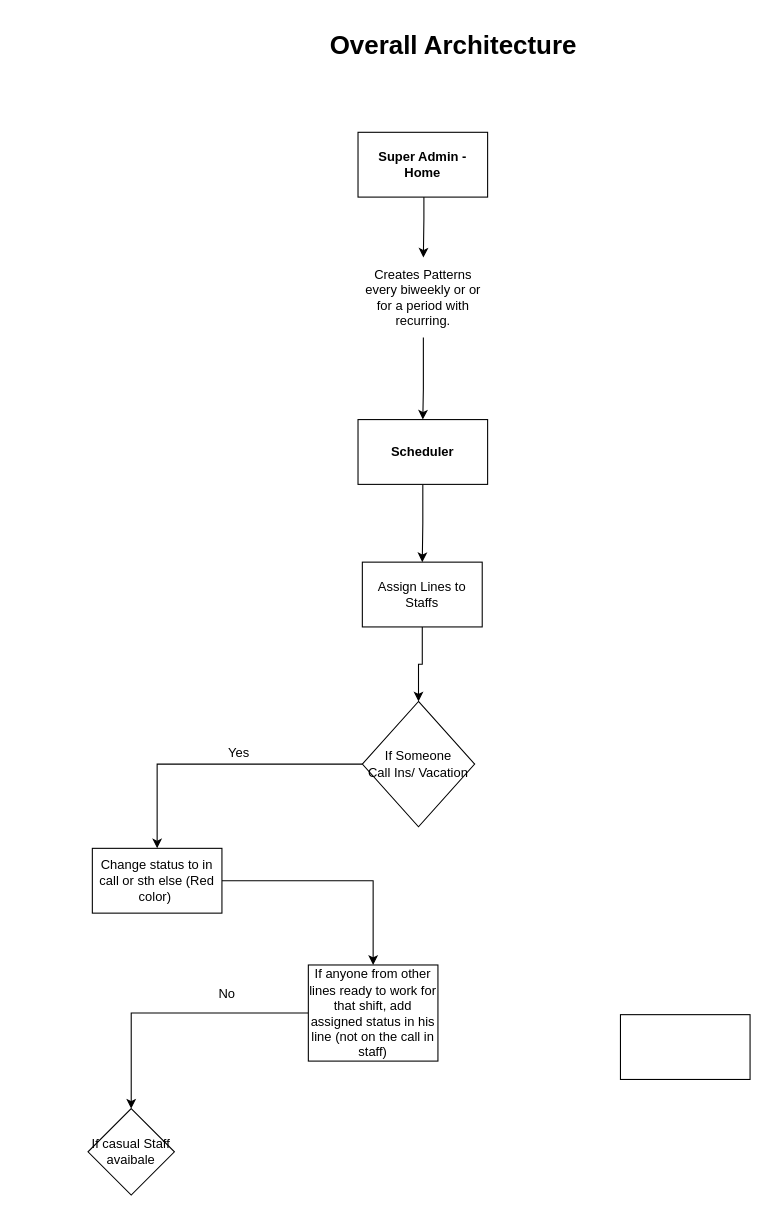
Before: scheduler-traklyn.drawio in sachinjoseph26/diagrams, a draw.io diagram. Source tidied: cells renumbered, new cells numbered last; positions are measured from the earlier drawing's top-left corner, leaving out a move shared by most shapes. Both pictures are drawn from the tidied source at 108%, with x=0, y=0 at pixel (87, 23).
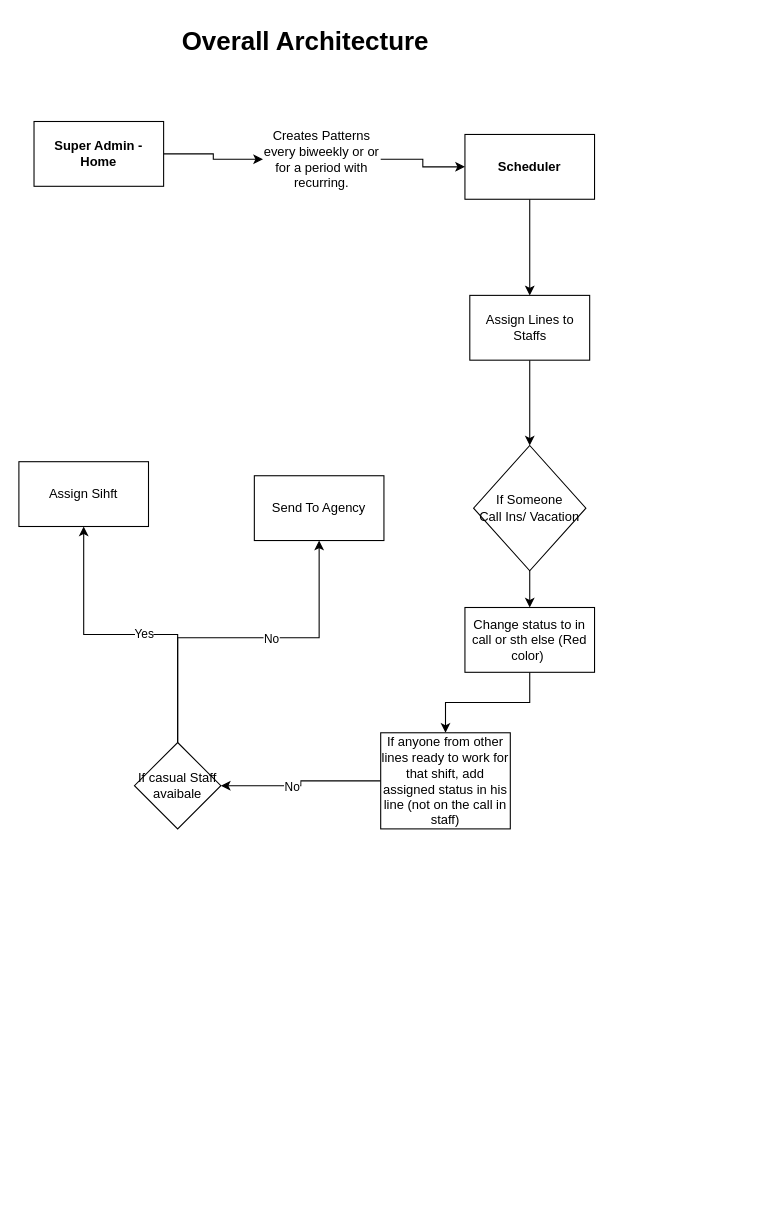
The same page after the edit.

Change to the diagram source:
```diff
@@
-    <mxCell id="2" style="edgeStyle=orthogonalEdgeStyle;rounded=0;jettySize=auto;html=1;entryX=0.5;entryY=0;entryDx=0;entryDy=0;" parent="1" edge="1" source="3" target="8">
-      <mxGeometry relative="1" as="geometry">
-        <Array as="points">
-          <mxPoint x="311" y="181" />
-          <mxPoint x="311" y="181" />
-        </Array>
-      </mxGeometry>
+    <mxCell id="2" style="edgeStyle=orthogonalEdgeStyle;rounded=0;jettySize=auto;html=1;entryX=0;entryY=0.5;entryDx=0;entryDy=0;" parent="1" edge="1" source="3" target="8">
+      <mxGeometry relative="1" as="geometry" />
     </mxCell>
     <mxCell id="3" value="&lt;b&gt;Super Admin - Home&lt;/b&gt;" style="rounded=0;whiteSpace=wrap;html=1;" parent="1" vertex="1">
-      <mxGeometry x="250" y="101" width="120" height="60" as="geometry" />
+      <mxGeometry x="-50" y="91" width="120" height="60" as="geometry" />
     </mxCell>
     <mxCell id="4" value="&lt;h1 style=&quot;margin-top: 0px;&quot;&gt;Overall Architecture&lt;/h1&gt;" style="text;html=1;whiteSpace=wrap;overflow=hidden;rounded=0;align=center;" parent="1" vertex="1">
-      <mxGeometry x="126" width="425" height="120" as="geometry" />
+      <mxGeometry x="-11" y="-4" width="425" height="120" as="geometry" />
     </mxCell>
@@
     <mxCell id="6" value="&lt;b&gt;Scheduler&lt;/b&gt;" style="rounded=0;whiteSpace=wrap;html=1;" parent="1" vertex="1">
-      <mxGeometry x="250" y="367" width="120" height="60" as="geometry" />
+      <mxGeometry x="349" y="103" width="120" height="60" as="geometry" />
     </mxCell>
-    <mxCell id="7" style="edgeStyle=orthogonalEdgeStyle;rounded=0;jettySize=auto;html=1;entryX=0.5;entryY=0;entryDx=0;entryDy=0;" parent="1" edge="1" source="8" target="6">
-      <mxGeometry relative="1" as="geometry">
-        <Array as="points">
-          <mxPoint x="310" y="339" />
-          <mxPoint x="310" y="339" />
-        </Array>
-      </mxGeometry>
+    <mxCell id="7" style="edgeStyle=orthogonalEdgeStyle;rounded=0;jettySize=auto;html=1;entryX=0;entryY=0.5;entryDx=0;entryDy=0;" parent="1" edge="1" source="8" target="6">
+      <mxGeometry relative="1" as="geometry" />
     </mxCell>
     <mxCell id="8" value="Creates Patterns every biweekly or or for a period with recurring." style="text;html=1;whiteSpace=wrap;strokeColor=none;fillColor=none;align=center;verticalAlign=middle;rounded=0;" parent="1" vertex="1">
-      <mxGeometry x="256" y="217" width="109" height="74" as="geometry" />
+      <mxGeometry x="162" y="89" width="109" height="74" as="geometry" />
     </mxCell>
@@
     <mxCell id="10" value="Assign Lines to Staffs" style="rounded=0;whiteSpace=wrap;html=1;" parent="1" vertex="1">
-      <mxGeometry x="254" y="499" width="111" height="60" as="geometry" />
+      <mxGeometry x="353.5" y="252" width="111" height="60" as="geometry" />
     </mxCell>
@@
     <mxCell id="12" value="If Someone&lt;div&gt;Call Ins/ Vacation&lt;/div&gt;" style="rhombus;whiteSpace=wrap;html=1;" parent="1" vertex="1">
-      <mxGeometry x="254" y="628" width="104" height="116" as="geometry" />
+      <mxGeometry x="357" y="391" width="104" height="116" as="geometry" />
     </mxCell>
@@
     <mxCell id="14" value="Change status to in call or sth else (Red color)&amp;nbsp;" style="rounded=0;whiteSpace=wrap;html=1;" parent="1" vertex="1">
-      <mxGeometry x="4" y="764" width="120" height="60" as="geometry" />
+      <mxGeometry x="349" y="541" width="120" height="60" as="geometry" />
     </mxCell>
-    <mxCell id="15" style="rounded=0;whiteSpace=wrap;html=1;" parent="1" vertex="1">
-      <mxGeometry x="493" y="918" width="120" height="60" as="geometry" />
-    </mxCell>
+    <mxCell id="17" style="edgeStyle=orthogonalEdgeStyle;rounded=0;jettySize=auto;html=1;entryX=1;entryY=0.5;entryDx=0;entryDy=0;" parent="1" edge="1" source="18" target="20">
+      <mxGeometry relative="1" as="geometry" />
+    </mxCell>
+    <mxCell id="21" value="No" style="edgeLabel;html=1;align=center;verticalAlign=middle;" parent="17" vertex="1">
+      <mxGeometry x="0.13" relative="1" as="geometry">
+        <mxPoint x="-1" as="offset" />
+      </mxGeometry>
+    </mxCell>
+    <mxCell id="18" value="If anyone from other lines ready to work for that shift, add assigned status in his line (not on the call in staff)" style="rounded=0;whiteSpace=wrap;html=1;" parent="1" vertex="1">
+      <mxGeometry x="271" y="657" width="120" height="89" as="geometry" />
+    </mxCell>
+    <mxCell id="22" style="edgeStyle=orthogonalEdgeStyle;rounded=0;jettySize=auto;html=1;" parent="1" edge="1" source="20" target="25">
+      <mxGeometry relative="1" as="geometry" />
+    </mxCell>
-    <mxCell id="16" value="Yes" style="text;html=1;whiteSpace=wrap;strokeColor=none;fillColor=none;align=center;verticalAlign=middle;rounded=0;" parent="1" vertex="1">
-      <mxGeometry x="110" y="661" width="60" height="30" as="geometry" />
+    <mxCell id="16" value="Yes" style="edgeLabel;html=1;align=center;verticalAlign=middle;" parent="22" vertex="1">
+      <mxGeometry x="-0.08" y="-1" relative="1" as="geometry" />
     </mxCell>
-    <mxCell id="17" style="edgeStyle=orthogonalEdgeStyle;rounded=0;jettySize=auto;html=1;entryX=0.5;entryY=0;entryDx=0;entryDy=0;" parent="1" edge="1" source="18" target="20">
-      <mxGeometry relative="1" as="geometry" />
-    </mxCell>
-    <mxCell id="18" value="If anyone from other lines ready to work for that shift, add assigned status in his line (not on the call in staff)" style="rounded=0;whiteSpace=wrap;html=1;" parent="1" vertex="1">
-      <mxGeometry x="204" y="872" width="120" height="89" as="geometry" />
-    </mxCell>
-    <mxCell id="19" value="No" style="text;html=1;whiteSpace=wrap;strokeColor=none;fillColor=none;align=center;verticalAlign=middle;rounded=0;" parent="1" vertex="1">
-      <mxGeometry x="99" y="884" width="60" height="30" as="geometry" />
-    </mxCell>
+    <mxCell id="23" style="edgeStyle=orthogonalEdgeStyle;rounded=0;jettySize=auto;html=1;entryX=0.5;entryY=1;entryDx=0;entryDy=0;" parent="1" edge="1" source="20" target="26">
+      <mxGeometry relative="1" as="geometry">
+        <Array as="points">
+          <mxPoint x="83" y="569" />
+          <mxPoint x="214" y="569" />
+        </Array>
+      </mxGeometry>
+    </mxCell>
+    <mxCell id="24" value="No" style="edgeLabel;html=1;align=center;verticalAlign=middle;" parent="23" vertex="1">
+      <mxGeometry x="0.15" relative="1" as="geometry" />
+    </mxCell>
     <mxCell id="20" value="If casual Staff avaibale" style="rhombus;whiteSpace=wrap;html=1;" parent="1" vertex="1">
-      <mxGeometry y="1005" width="80" height="80" as="geometry" />
+      <mxGeometry x="43" y="666" width="80" height="80" as="geometry" />
     </mxCell>
+    <mxCell id="25" value="Assign Sihft" style="rounded=0;whiteSpace=wrap;html=1;" parent="1" vertex="1">
+      <mxGeometry x="-64" y="406" width="120" height="60" as="geometry" />
+    </mxCell>
+    <mxCell id="26" value="Send To Agency" style="rounded=0;whiteSpace=wrap;html=1;" parent="1" vertex="1">
+      <mxGeometry x="154" y="419" width="120" height="60" as="geometry" />
+    </mxCell>
```
